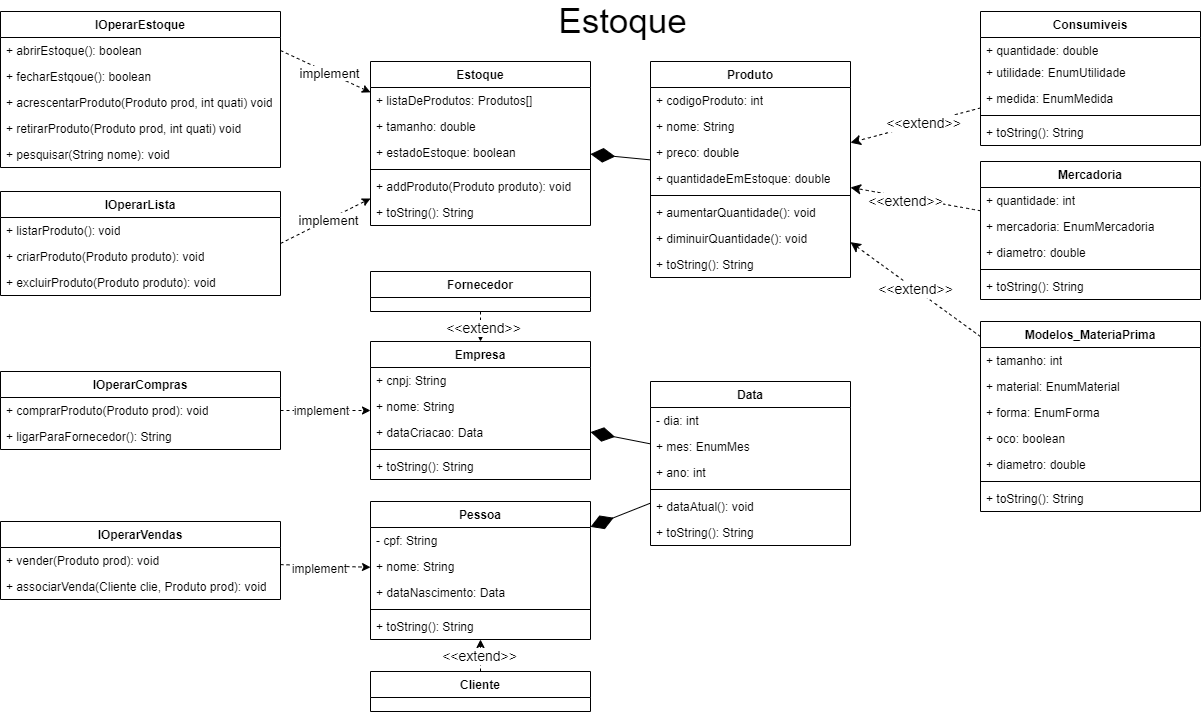
Above: assets/Avaliacao.drawio.png in GiovanniBandeira/Estoque (draw.io), before the change. Source tidied: cells renumbered, new cells last; positions are measured from the earlier drawing's top-left corner, leaving out a move shared by most shapes.
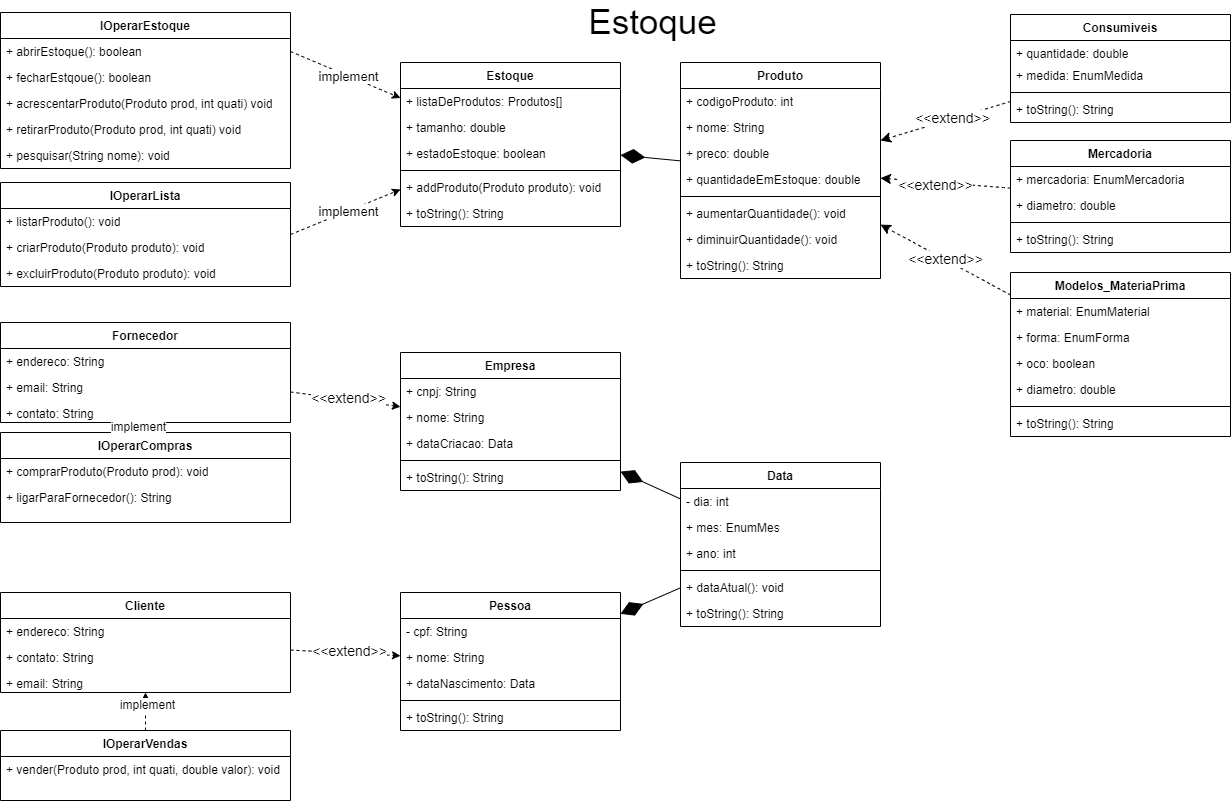
After the change.

Diff of the diagram source:
```diff
@@ -30,28 +30,25 @@
       <mxGeometry relative="1" as="geometry" />
     </mxCell>
     <mxCell id="11" value="Modelos_MateriaPrima" style="swimlane;fontStyle=1;align=center;verticalAlign=top;horizontal=1;startSize=26;whiteSpace=wrap;html=1;" parent="1" vertex="1">
-      <mxGeometry x="980" y="320" width="220" height="190" as="geometry" />
+      <mxGeometry x="980" y="270" width="220" height="164" as="geometry" />
     </mxCell>
-    <mxCell id="12" value="+ tamanho: int" style="text;strokeColor=none;fillColor=none;align=left;verticalAlign=top;spacingLeft=4;spacingRight=4;overflow=hidden;whiteSpace=wrap;html=1;" parent="11" vertex="1">
-      <mxGeometry y="26" width="220" height="26" as="geometry" />
-    </mxCell>
     <mxCell id="13" value="+ material: EnumMaterial" style="text;strokeColor=none;fillColor=none;align=left;verticalAlign=top;spacingLeft=4;spacingRight=4;overflow=hidden;whiteSpace=wrap;html=1;" parent="11" vertex="1">
-      <mxGeometry y="52" width="220" height="26" as="geometry" />
+      <mxGeometry y="26" width="220" height="26" as="geometry" />
     </mxCell>
     <mxCell id="14" value="+ forma: EnumForma" style="text;strokeColor=none;fillColor=none;align=left;verticalAlign=top;spacingLeft=4;spacingRight=4;overflow=hidden;whiteSpace=wrap;html=1;" parent="11" vertex="1">
-      <mxGeometry y="78" width="220" height="26" as="geometry" />
+      <mxGeometry y="52" width="220" height="26" as="geometry" />
     </mxCell>
     <mxCell id="15" value="+ oco: boolean" style="text;strokeColor=none;fillColor=none;align=left;verticalAlign=top;spacingLeft=4;spacingRight=4;overflow=hidden;whiteSpace=wrap;html=1;" parent="11" vertex="1">
-      <mxGeometry y="104" width="220" height="26" as="geometry" />
+      <mxGeometry y="78" width="220" height="26" as="geometry" />
     </mxCell>
     <mxCell id="16" value="+ diametro: double" style="text;strokeColor=none;fillColor=none;align=left;verticalAlign=top;spacingLeft=4;spacingRight=4;overflow=hidden;whiteSpace=wrap;html=1;" parent="11" vertex="1">
-      <mxGeometry y="130" width="220" height="26" as="geometry" />
+      <mxGeometry y="104" width="220" height="26" as="geometry" />
     </mxCell>
     <mxCell id="17" style="line;strokeWidth=1;fillColor=none;align=left;verticalAlign=middle;spacingTop=-1;spacingLeft=3;spacingRight=3;labelPosition=right;strokeColor=inherit;" parent="11" vertex="1">
-      <mxGeometry y="156" width="220" height="8" as="geometry" />
+      <mxGeometry y="130" width="220" height="8" as="geometry" />
     </mxCell>
     <mxCell id="18" value="+ toString(): String" style="text;strokeColor=none;fillColor=none;align=left;verticalAlign=top;spacingLeft=4;spacingRight=4;overflow=hidden;whiteSpace=wrap;html=1;" parent="11" vertex="1">
-      <mxGeometry y="164" width="220" height="26" as="geometry" />
+      <mxGeometry y="138" width="220" height="26" as="geometry" />
     </mxCell>
     <mxCell id="19" style="edgeStyle=none;curved=1;rounded=0;jettySize=auto;html=1;fontSize=15;startSize=8;endSize=8;dashed=1;" parent="1" edge="1" source="21" target="36">
       <mxGeometry relative="1" as="geometry" />
@@ -60,22 +57,19 @@
       <mxGeometry x="0.15" y="3" relative="1" as="geometry" />
     </mxCell>
     <mxCell id="21" value="Mercadoria" style="swimlane;fontStyle=1;align=center;verticalAlign=top;horizontal=1;startSize=26;whiteSpace=wrap;html=1;" parent="1" vertex="1">
-      <mxGeometry x="980" y="160" width="220" height="138" as="geometry" />
+      <mxGeometry x="980" y="138" width="220" height="112" as="geometry" />
     </mxCell>
-    <mxCell id="22" value="+ quantidade: int" style="text;strokeColor=none;fillColor=none;align=left;verticalAlign=top;spacingLeft=4;spacingRight=4;overflow=hidden;whiteSpace=wrap;html=1;" parent="21" vertex="1">
-      <mxGeometry y="26" width="220" height="26" as="geometry" />
-    </mxCell>
     <mxCell id="23" value="+ mercadoria: EnumMercadoria" style="text;strokeColor=none;fillColor=none;align=left;verticalAlign=top;spacingLeft=4;spacingRight=4;overflow=hidden;whiteSpace=wrap;html=1;" parent="21" vertex="1">
-      <mxGeometry y="52" width="220" height="26" as="geometry" />
+      <mxGeometry y="26" width="220" height="26" as="geometry" />
     </mxCell>
     <mxCell id="24" value="+ diametro: double" style="text;strokeColor=none;fillColor=none;align=left;verticalAlign=top;spacingLeft=4;spacingRight=4;overflow=hidden;whiteSpace=wrap;html=1;" parent="21" vertex="1">
-      <mxGeometry y="78" width="220" height="26" as="geometry" />
+      <mxGeometry y="52" width="220" height="26" as="geometry" />
     </mxCell>
     <mxCell id="25" style="line;strokeWidth=1;fillColor=none;align=left;verticalAlign=middle;spacingTop=-1;spacingLeft=3;spacingRight=3;labelPosition=right;strokeColor=inherit;" parent="21" vertex="1">
-      <mxGeometry y="104" width="220" height="8" as="geometry" />
+      <mxGeometry y="78" width="220" height="8" as="geometry" />
     </mxCell>
     <mxCell id="26" value="+ toString(): String" style="text;strokeColor=none;fillColor=none;align=left;verticalAlign=top;spacingLeft=4;spacingRight=4;overflow=hidden;whiteSpace=wrap;html=1;" parent="21" vertex="1">
-      <mxGeometry y="112" width="220" height="26" as="geometry" />
+      <mxGeometry y="86" width="220" height="26" as="geometry" />
     </mxCell>
     <mxCell id="27" style="edgeStyle=none;curved=1;rounded=0;jettySize=auto;html=1;fontSize=15;startSize=8;endSize=8;dashed=1;" parent="1" edge="1" source="29" target="36">
       <mxGeometry relative="1" as="geometry" />
@@ -84,22 +78,19 @@
       <mxGeometry x="-0.11" y="-1" relative="1" as="geometry" />
     </mxCell>
     <mxCell id="29" value="Consumiveis" style="swimlane;fontStyle=1;align=center;verticalAlign=top;horizontal=1;startSize=26;whiteSpace=wrap;html=1;" parent="1" vertex="1">
-      <mxGeometry x="980" y="10" width="220" height="134" as="geometry" />
+      <mxGeometry x="980" y="12" width="220" height="108" as="geometry" />
     </mxCell>
     <mxCell id="30" value="+ quantidade: double" style="text;strokeColor=none;fillColor=none;align=left;verticalAlign=top;spacingLeft=4;spacingRight=4;overflow=hidden;whiteSpace=wrap;html=1;" parent="29" vertex="1">
       <mxGeometry y="26" width="220" height="22" as="geometry" />
     </mxCell>
-    <mxCell id="31" value="+ utilidade: EnumUtilidade" style="text;strokeColor=none;fillColor=none;align=left;verticalAlign=top;spacingLeft=4;spacingRight=4;overflow=hidden;whiteSpace=wrap;html=1;" parent="29" vertex="1">
-      <mxGeometry y="48" width="220" height="26" as="geometry" />
-    </mxCell>
     <mxCell id="32" value="+ medida: EnumMedida" style="text;strokeColor=none;fillColor=none;align=left;verticalAlign=top;spacingLeft=4;spacingRight=4;overflow=hidden;whiteSpace=wrap;html=1;" parent="29" vertex="1">
-      <mxGeometry y="74" width="220" height="26" as="geometry" />
+      <mxGeometry y="48" width="220" height="26" as="geometry" />
     </mxCell>
     <mxCell id="33" style="line;strokeWidth=1;fillColor=none;align=left;verticalAlign=middle;spacingTop=-1;spacingLeft=3;spacingRight=3;labelPosition=right;strokeColor=inherit;" parent="29" vertex="1">
-      <mxGeometry y="100" width="220" height="8" as="geometry" />
+      <mxGeometry y="74" width="220" height="8" as="geometry" />
     </mxCell>
     <mxCell id="34" value="+ toString(): String" style="text;strokeColor=none;fillColor=none;align=left;verticalAlign=top;spacingLeft=4;spacingRight=4;overflow=hidden;whiteSpace=wrap;html=1;" parent="29" vertex="1">
-      <mxGeometry y="108" width="220" height="26" as="geometry" />
+      <mxGeometry y="82" width="220" height="26" as="geometry" />
     </mxCell>
     <mxCell id="35" style="edgeStyle=none;rounded=0;jettySize=auto;html=1;endArrow=diamondThin;endFill=1;endSize=22;" parent="1" edge="1" source="36" target="3">
       <mxGeometry relative="1" as="geometry" />
@@ -138,26 +129,35 @@
       <mxGeometry x="0.05" relative="1" as="geometry" />
     </mxCell>
     <mxCell id="47" value="IOperarEstoque" style="swimlane;fontStyle=1;align=center;verticalAlign=top;horizontal=1;startSize=26;whiteSpace=wrap;html=1;" parent="1" vertex="1">
-      <mxGeometry y="10" width="280" height="156" as="geometry" />
+      <mxGeometry x="-30" y="10" width="290" height="156" as="geometry" />
     </mxCell>
     <mxCell id="48" value="+ abrirEstoque(): boolean" style="text;strokeColor=none;fillColor=none;align=left;verticalAlign=top;spacingLeft=4;spacingRight=4;overflow=hidden;points=[[0,0.5],[1,0.5]];portConstraint=eastwest;whiteSpace=wrap;html=1;" parent="47" vertex="1">
-      <mxGeometry y="26" width="280" height="26" as="geometry" />
+      <mxGeometry y="26" width="290" height="26" as="geometry" />
     </mxCell>
     <mxCell id="49" value="+ fecharEstqoue()&lt;span style=&quot;background-color: initial;&quot;&gt;: boolean&lt;/span&gt;" style="text;strokeColor=none;fillColor=none;align=left;verticalAlign=top;spacingLeft=4;spacingRight=4;overflow=hidden;whiteSpace=wrap;html=1;" parent="47" vertex="1">
-      <mxGeometry y="52" width="280" height="26" as="geometry" />
+      <mxGeometry y="52" width="290" height="26" as="geometry" />
     </mxCell>
     <mxCell id="50" value="+ acrescentarProduto(Produto prod, int quati) void" style="text;strokeColor=none;fillColor=none;align=left;verticalAlign=top;spacingLeft=4;spacingRight=4;overflow=hidden;whiteSpace=wrap;html=1;" parent="47" vertex="1">
-      <mxGeometry y="78" width="280" height="26" as="geometry" />
+      <mxGeometry y="78" width="290" height="26" as="geometry" />
     </mxCell>
     <mxCell id="51" value="+ retirarProduto(Produto prod, int quati) void" style="text;strokeColor=none;fillColor=none;align=left;verticalAlign=top;spacingLeft=4;spacingRight=4;overflow=hidden;whiteSpace=wrap;html=1;" parent="47" vertex="1">
-      <mxGeometry y="104" width="280" height="26" as="geometry" />
+      <mxGeometry y="104" width="290" height="26" as="geometry" />
     </mxCell>
     <mxCell id="52" value="+ pesquisar(String nome): void" style="text;strokeColor=none;fillColor=none;align=left;verticalAlign=top;spacingLeft=4;spacingRight=4;overflow=hidden;whiteSpace=wrap;html=1;" parent="47" vertex="1">
-      <mxGeometry y="130" width="280" height="26" as="geometry" />
+      <mxGeometry y="130" width="290" height="26" as="geometry" />
     </mxCell>
     <mxCell id="53" value="Cliente" style="swimlane;fontStyle=1;align=center;verticalAlign=top;horizontal=1;startSize=26;whiteSpace=wrap;html=1;" parent="1" vertex="1">
-      <mxGeometry x="370" y="670" width="220" height="40" as="geometry" />
+      <mxGeometry x="-30" y="590" width="290" height="100" as="geometry" />
     </mxCell>
+    <mxCell id="96" value="+ endereco: String" style="text;strokeColor=none;fillColor=none;align=left;verticalAlign=top;spacingLeft=4;spacingRight=4;overflow=hidden;whiteSpace=wrap;html=1;" parent="53" vertex="1">
+      <mxGeometry y="26" width="290" height="26" as="geometry" />
+    </mxCell>
+    <mxCell id="97" value="+ contato: String" style="text;strokeColor=none;fillColor=none;align=left;verticalAlign=top;spacingLeft=4;spacingRight=4;overflow=hidden;whiteSpace=wrap;html=1;" parent="53" vertex="1">
+      <mxGeometry y="52" width="290" height="26" as="geometry" />
+    </mxCell>
+    <mxCell id="98" value="+ email: String" style="text;strokeColor=none;fillColor=none;align=left;verticalAlign=top;spacingLeft=4;spacingRight=4;overflow=hidden;whiteSpace=wrap;html=1;" parent="53" vertex="1">
+      <mxGeometry y="78" width="290" height="22" as="geometry" />
+    </mxCell>
     <mxCell id="54" style="rounded=0;jettySize=auto;html=1;dashed=1;fontSize=15;" parent="1" edge="1" source="56" target="57">
       <mxGeometry relative="1" as="geometry" />
     </mxCell>
@@ -165,10 +165,19 @@
       <mxGeometry x="0.06" y="2" relative="1" as="geometry" />
     </mxCell>
     <mxCell id="56" value="Fornecedor" style="swimlane;fontStyle=1;align=center;verticalAlign=top;horizontal=1;startSize=26;whiteSpace=wrap;html=1;" parent="1" vertex="1">
-      <mxGeometry x="370" y="270" width="220" height="40" as="geometry" />
+      <mxGeometry x="-30" y="320" width="290" height="100" as="geometry" />
     </mxCell>
+    <mxCell id="99" value="+ endereco: String" style="text;strokeColor=none;fillColor=none;align=left;verticalAlign=top;spacingLeft=4;spacingRight=4;overflow=hidden;whiteSpace=wrap;html=1;" parent="56" vertex="1">
+      <mxGeometry y="26" width="290" height="26" as="geometry" />
+    </mxCell>
+    <mxCell id="100" value="+ email: String" style="text;strokeColor=none;fillColor=none;align=left;verticalAlign=top;spacingLeft=4;spacingRight=4;overflow=hidden;whiteSpace=wrap;html=1;" parent="56" vertex="1">
+      <mxGeometry y="52" width="290" height="26" as="geometry" />
+    </mxCell>
+    <mxCell id="101" value="+ contato: String" style="text;strokeColor=none;fillColor=none;align=left;verticalAlign=top;spacingLeft=4;spacingRight=4;overflow=hidden;whiteSpace=wrap;html=1;" parent="56" vertex="1">
+      <mxGeometry y="78" width="290" height="22" as="geometry" />
+    </mxCell>
     <mxCell id="57" value="Empresa" style="swimlane;fontStyle=1;align=center;verticalAlign=top;horizontal=1;startSize=26;whiteSpace=wrap;html=1;" parent="1" vertex="1">
-      <mxGeometry x="370" y="340" width="220" height="138" as="geometry" />
+      <mxGeometry x="370" y="350" width="220" height="138" as="geometry" />
     </mxCell>
     <mxCell id="58" value="+ cnpj: String" style="text;strokeColor=none;fillColor=none;align=left;verticalAlign=top;spacingLeft=4;spacingRight=4;overflow=hidden;whiteSpace=wrap;html=1;" parent="57" vertex="1">
       <mxGeometry y="26" width="220" height="26" as="geometry" />
@@ -189,7 +198,7 @@
       <mxGeometry relative="1" as="geometry" />
     </mxCell>
     <mxCell id="64" value="Data" style="swimlane;fontStyle=1;align=center;verticalAlign=top;horizontal=1;startSize=26;whiteSpace=wrap;html=1;" parent="1" vertex="1">
-      <mxGeometry x="650" y="380" width="200" height="164" as="geometry" />
+      <mxGeometry x="650" y="460" width="200" height="164" as="geometry" />
     </mxCell>
     <mxCell id="65" value="- dia: int" style="text;strokeColor=none;fillColor=none;align=left;verticalAlign=top;spacingLeft=4;spacingRight=4;overflow=hidden;whiteSpace=wrap;html=1;" parent="64" vertex="1">
       <mxGeometry y="26" width="200" height="26" as="geometry" />
@@ -210,7 +219,7 @@
       <mxGeometry y="138" width="200" height="26" as="geometry" />
     </mxCell>
     <mxCell id="71" value="Pessoa" style="swimlane;fontStyle=1;align=center;verticalAlign=top;horizontal=1;startSize=26;whiteSpace=wrap;html=1;" parent="1" vertex="1">
-      <mxGeometry x="370" y="500" width="220" height="138" as="geometry" />
+      <mxGeometry x="370" y="590" width="220" height="138" as="geometry" />
     </mxCell>
     <mxCell id="72" value="- cpf: String" style="text;strokeColor=none;fillColor=none;align=left;verticalAlign=top;spacingLeft=4;spacingRight=4;overflow=hidden;whiteSpace=wrap;html=1;" parent="71" vertex="1">
       <mxGeometry y="26" width="220" height="26" as="geometry" />
@@ -237,42 +246,39 @@
       <mxGeometry relative="1" as="geometry" />
     </mxCell>
     <mxCell id="80" value="IOperarLista" style="swimlane;fontStyle=1;align=center;verticalAlign=top;horizontal=1;startSize=26;whiteSpace=wrap;html=1;" parent="1" vertex="1">
-      <mxGeometry y="190" width="280" height="104" as="geometry" />
+      <mxGeometry x="-30" y="180" width="290" height="104" as="geometry" />
     </mxCell>
     <mxCell id="81" value="+ listarProduto(): void" style="text;strokeColor=none;fillColor=none;align=left;verticalAlign=top;spacingLeft=4;spacingRight=4;overflow=hidden;whiteSpace=wrap;html=1;" parent="80" vertex="1">
-      <mxGeometry y="26" width="280" height="26" as="geometry" />
+      <mxGeometry y="26" width="290" height="26" as="geometry" />
     </mxCell>
     <mxCell id="82" value="+ criarProduto(Produto produto): void" style="text;strokeColor=none;fillColor=none;align=left;verticalAlign=top;spacingLeft=4;spacingRight=4;overflow=hidden;whiteSpace=wrap;html=1;" parent="80" vertex="1">
-      <mxGeometry y="52" width="280" height="26" as="geometry" />
+      <mxGeometry y="52" width="290" height="26" as="geometry" />
     </mxCell>
     <mxCell id="83" value="+ excluirProduto(Produto produto): void" style="text;strokeColor=none;fillColor=none;align=left;verticalAlign=top;spacingLeft=4;spacingRight=4;overflow=hidden;whiteSpace=wrap;html=1;" parent="80" vertex="1">
-      <mxGeometry y="78" width="280" height="26" as="geometry" />
+      <mxGeometry y="78" width="290" height="26" as="geometry" />
     </mxCell>
     <mxCell id="84" value="IOperarCompras" style="swimlane;fontStyle=1;align=center;verticalAlign=top;horizontal=1;startSize=26;whiteSpace=wrap;html=1;" parent="1" vertex="1">
-      <mxGeometry y="370" width="280" height="78" as="geometry" />
+      <mxGeometry x="-30" y="430" width="290" height="90" as="geometry" />
     </mxCell>
     <mxCell id="85" value="+ comprarProduto(Produto prod): void" style="text;strokeColor=none;fillColor=none;align=left;verticalAlign=top;spacingLeft=4;spacingRight=4;overflow=hidden;whiteSpace=wrap;html=1;" parent="84" vertex="1">
-      <mxGeometry y="26" width="280" height="26" as="geometry" />
+      <mxGeometry y="26" width="290" height="26" as="geometry" />
     </mxCell>
     <mxCell id="86" value="+ ligarParaFornecedor(): String" style="text;strokeColor=none;fillColor=none;align=left;verticalAlign=top;spacingLeft=4;spacingRight=4;overflow=hidden;whiteSpace=wrap;html=1;" parent="84" vertex="1">
-      <mxGeometry y="52" width="280" height="26" as="geometry" />
+      <mxGeometry y="52" width="290" height="38" as="geometry" />
     </mxCell>
     <mxCell id="87" value="IOperarVendas" style="swimlane;fontStyle=1;align=center;verticalAlign=top;horizontal=1;startSize=26;whiteSpace=wrap;html=1;" parent="1" vertex="1">
-      <mxGeometry y="520" width="280" height="78" as="geometry" />
+      <mxGeometry x="-30" y="728" width="290" height="70" as="geometry" />
     </mxCell>
-    <mxCell id="88" value="+ vender(Produto prod): void" style="text;strokeColor=none;fillColor=none;align=left;verticalAlign=top;spacingLeft=4;spacingRight=4;overflow=hidden;whiteSpace=wrap;html=1;" parent="87" vertex="1">
-      <mxGeometry y="26" width="280" height="26" as="geometry" />
+    <mxCell id="88" value="+ vender(Produto prod, int quati, double valor): void" style="text;strokeColor=none;fillColor=none;align=left;verticalAlign=top;spacingLeft=4;spacingRight=4;overflow=hidden;whiteSpace=wrap;html=1;" parent="87" vertex="1">
+      <mxGeometry y="26" width="290" height="44" as="geometry" />
     </mxCell>
-    <mxCell id="89" value="+ associarVenda(Cliente clie, Produto prod): void" style="text;strokeColor=none;fillColor=none;align=left;verticalAlign=top;spacingLeft=4;spacingRight=4;overflow=hidden;whiteSpace=wrap;html=1;" parent="87" vertex="1">
-      <mxGeometry y="52" width="280" height="26" as="geometry" />
-    </mxCell>
     <mxCell id="90" style="edgeStyle=none;rounded=0;jettySize=auto;html=1;dashed=1;exitX=1;exitY=0.5;exitDx=0;exitDy=0;" parent="1" edge="1" source="80" target="3">
       <mxGeometry relative="1" as="geometry" />
     </mxCell>
     <mxCell id="91" value="implement" style="edgeLabel;html=1;align=center;verticalAlign=middle;fontSize=13;" parent="90" vertex="1">
       <mxGeometry x="0.05" relative="1" as="geometry" />
     </mxCell>
-    <mxCell id="92" style="edgeStyle=none;rounded=0;jettySize=auto;html=1;dashed=1;" parent="1" edge="1" source="84" target="57">
+    <mxCell id="92" style="edgeStyle=none;rounded=0;jettySize=auto;html=1;dashed=1;" parent="1" edge="1" source="84" target="56">
       <mxGeometry relative="1" as="geometry" />
     </mxCell>
     <mxCell id="93" value="implement" style="edgeLabel;html=1;align=center;verticalAlign=middle;fontSize=12;" parent="92" vertex="1">
@@ -280,12 +286,12 @@
         <mxPoint x="-7" as="offset" />
       </mxGeometry>
     </mxCell>
-    <mxCell id="94" style="edgeStyle=none;rounded=0;jettySize=auto;html=1;dashed=1;" parent="1" edge="1" source="87" target="71">
+    <mxCell id="94" style="edgeStyle=none;rounded=0;jettySize=auto;html=1;dashed=1;" parent="1" edge="1" source="87" target="53">
       <mxGeometry relative="1" as="geometry" />
     </mxCell>
     <mxCell id="95" value="implement" style="edgeLabel;html=1;align=center;verticalAlign=middle;fontSize=12;" parent="94" vertex="1">
       <mxGeometry x="0.05" relative="1" as="geometry">
-        <mxPoint x="-9" y="3" as="offset" />
+        <mxPoint x="2" y="-5" as="offset" />
       </mxGeometry>
     </mxCell>
   </root>
```
